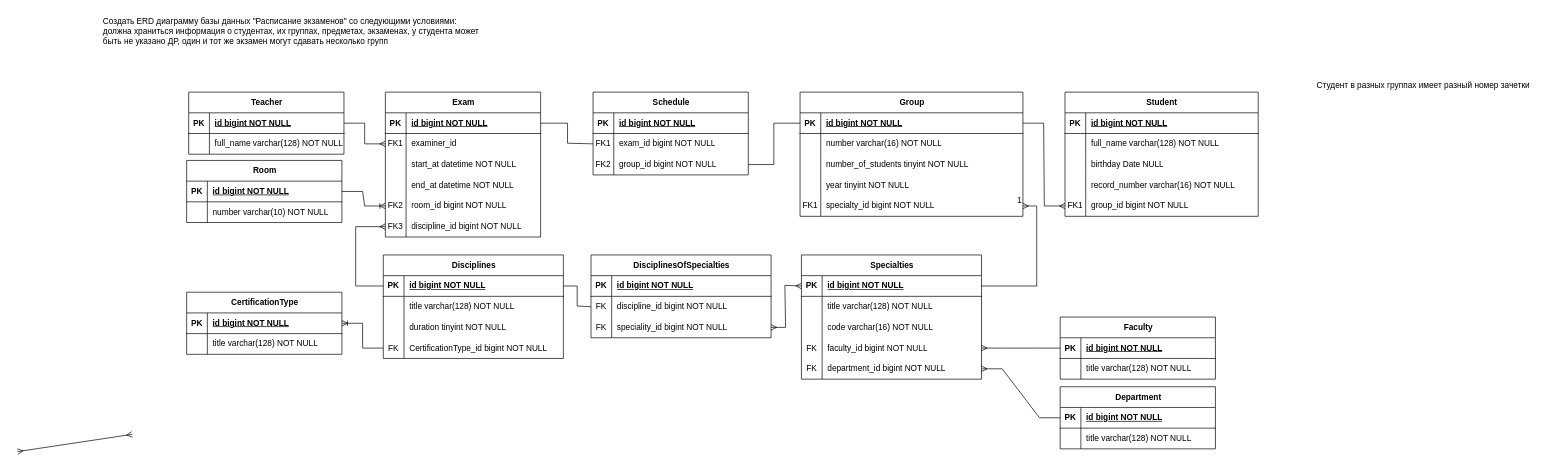
Earlier version of the draw.io diagram диаграммы баз данных/расписание экзаменов/логическая.drawio (DogNellaf/shoe-store). Source tidied: cells renumbered, new cells numbered last; positions are measured from the earlier drawing's top-left corner, leaving out a move shared by most shapes. Both pictures are drawn from the tidied source at 69%, with x=0, y=0 at pixel (17, 12).
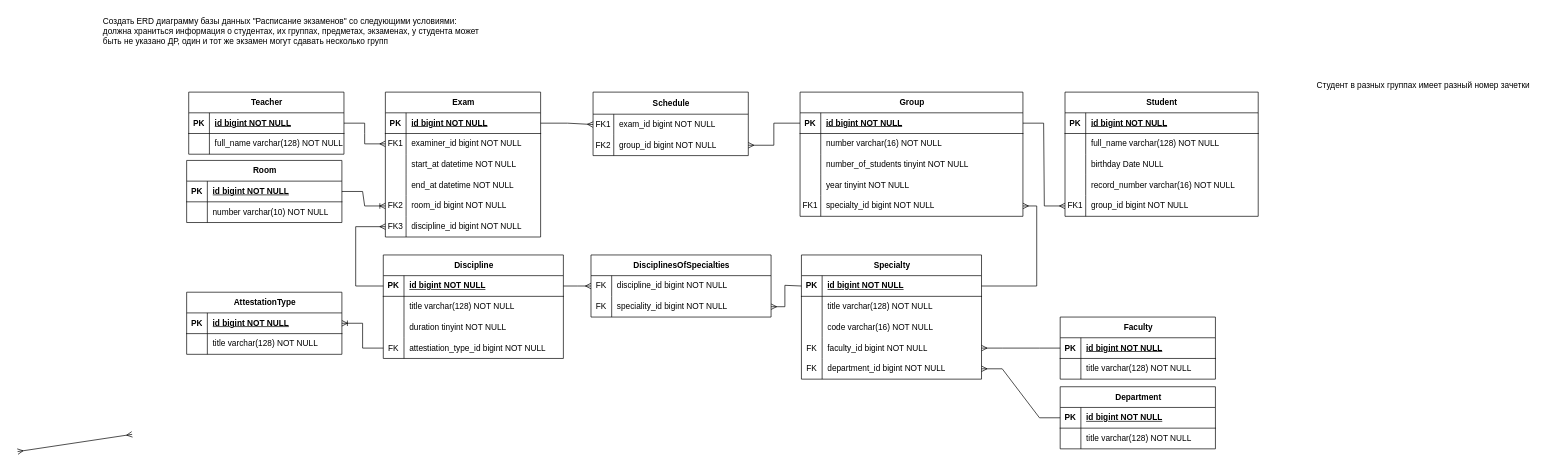
After the change.

The change refers to these unchanged cells:
```xml
<mxCell id="14" style="shape=tableRow;horizontal=0;startSize=0;swimlaneHead=0;swimlaneBody=0;fillColor=none;points=[[0,0.5],[1,0.5]];portConstraint=eastwest;top=0;left=0;right=0;bottom=1;" parent="13" vertex="1">
  <mxGeometry y="30" width="225" height="30" as="geometry" />
</mxCell>
<mxCell id="17" style="shape=tableRow;horizontal=0;startSize=0;swimlaneHead=0;swimlaneBody=0;fillColor=none;points=[[0,0.5],[1,0.5]];portConstraint=eastwest;top=0;left=0;right=0;bottom=0;" parent="13" vertex="1">
  <mxGeometry y="60" width="225" height="30" as="geometry" />
</mxCell>
<mxCell id="94" style="shape=tableRow;horizontal=0;startSize=0;swimlaneHead=0;swimlaneBody=0;fillColor=none;points=[[0,0.5],[1,0.5]];portConstraint=eastwest;top=0;left=0;right=0;bottom=1;" parent="93" vertex="1">
  <mxGeometry y="30" width="323" height="30" as="geometry" />
</mxCell>
<mxCell id="110" style="shape=tableRow;horizontal=0;startSize=0;swimlaneHead=0;swimlaneBody=0;fillColor=none;points=[[0,0.5],[1,0.5]];portConstraint=eastwest;top=0;left=0;right=0;bottom=1;" parent="109" vertex="1">
  <mxGeometry y="30" width="261" height="30" as="geometry" />
</mxCell>
<mxCell id="138" style="shape=tableRow;horizontal=0;startSize=0;swimlaneHead=0;swimlaneBody=0;fillColor=none;points=[[0,0.5],[1,0.5]];portConstraint=eastwest;top=0;left=0;right=0;bottom=1;" parent="137" vertex="1">
  <mxGeometry y="30" width="261" height="30" as="geometry" />
</mxCell>
<mxCell id="147" style="shape=tableRow;horizontal=0;startSize=0;swimlaneHead=0;swimlaneBody=0;fillColor=none;points=[[0,0.5],[1,0.5]];portConstraint=eastwest;top=0;left=0;right=0;bottom=0;" parent="137" vertex="1">
  <mxGeometry y="120" width="261" height="30" as="geometry" />
</mxCell>
<mxCell id="151" style="endArrow=ERmany;html=1;rounded=0;endFill=0;entryX=1;entryY=0.5;entryDx=0;entryDy=0;exitX=1;exitY=0.5;exitDx=0;exitDy=0;" parent="1" edge="1" source="110" target="106">
  <mxGeometry relative="1" as="geometry">
    <Array as="points">
      <mxPoint x="1477" y="397" />
      <mxPoint x="1477" y="281" />
    </Array>
  </mxGeometry>
</mxCell>
```

Change to the diagram source:
```diff
@@
-    <mxCell id="7" style="endArrow=none;html=1;rounded=0;exitX=1;exitY=0.5;exitDx=0;exitDy=0;entryX=0;entryY=0.5;entryDx=0;entryDy=0;" parent="1" edge="1" source="138" target="129">
+    <mxCell id="7" style="endArrow=ERmany;html=1;rounded=0;exitX=1;exitY=0.5;exitDx=0;exitDy=0;entryX=0;entryY=0.5;entryDx=0;entryDy=0;endFill=0;" parent="1" edge="1" source="138" target="129">
       <mxGeometry relative="1" as="geometry">
         <Array as="points">
           <mxPoint x="811" y="397" />
-          <mxPoint x="811" y="426" />
         </Array>
       </mxGeometry>
     </mxCell>
-    <mxCell id="8" style="endArrow=none;html=1;rounded=0;entryX=0;entryY=0.5;entryDx=0;entryDy=0;exitX=1;exitY=0.5;exitDx=0;exitDy=0;" parent="1" edge="1" source="74" target="94">
+    <mxCell id="8" style="endArrow=none;html=1;rounded=0;entryX=0;entryY=0.5;entryDx=0;entryDy=0;exitX=1;exitY=0.5;exitDx=0;exitDy=0;startArrow=ERmany;startFill=0;" parent="1" edge="1" source="74" target="94">
       <mxGeometry relative="1" as="geometry">
         <Array as="points">
-          <mxPoint x="1096" y="221" />
+          <mxPoint x="1096" y="193" />
           <mxPoint x="1096" y="161" />
         </Array>
       </mxGeometry>
     </mxCell>
-    <mxCell id="9" style="endArrow=none;html=1;rounded=0;entryX=1;entryY=0.5;entryDx=0;entryDy=0;exitX=0;exitY=0.5;exitDx=0;exitDy=0;" parent="1" edge="1" source="71" target="14">
+    <mxCell id="9" style="endArrow=none;html=1;rounded=0;entryX=1;entryY=0.5;entryDx=0;entryDy=0;exitX=0;exitY=0.5;exitDx=0;exitDy=0;startArrow=ERmany;startFill=0;" parent="1" edge="1" source="71" target="14">
       <mxGeometry relative="1" as="geometry">
         <Array as="points">
-          <mxPoint x="797" y="190" />
           <mxPoint x="797" y="161" />
         </Array>
       </mxGeometry>
     </mxCell>
@@
-    <mxCell id="19" value="examiner_id" style="shape=partialRectangle;fillColor=none;top=0;left=0;bottom=0;right=0;align=left;spacingLeft=6;overflow=hidden;whiteSpace=wrap;html=1;" parent="17" vertex="1">
+    <mxCell id="19" value="examiner_id&amp;nbsp;&lt;span style=&quot;text-align: center;&quot;&gt;bigint NOT NULL&lt;/span&gt;" style="shape=partialRectangle;fillColor=none;top=0;left=0;bottom=0;right=0;align=left;spacingLeft=6;overflow=hidden;whiteSpace=wrap;html=1;" parent="17" vertex="1">
       <mxGeometry x="30" width="195" height="30" as="geometry" />
     </mxCell>
@@
-    <mxCell id="46" value="CertificationType" style="shape=table;startSize=30;childLayout=tableLayout;rowLines=0;fontStyle=1;align=center;html=1;" parent="1" vertex="1">
+    <mxCell id="46" value="AttestationType" style="shape=table;startSize=30;childLayout=tableLayout;rowLines=0;fontStyle=1;align=center;html=1;" parent="1" vertex="1">
       <mxGeometry x="245" y="406" width="225" height="90" as="geometry" />
     </mxCell>
@@
-    <mxCell id="67" value="Schedule" style="shape=table;startSize=30;childLayout=tableLayout;rowLines=0;fontStyle=1;align=center;html=1;" parent="1" vertex="1">
-      <mxGeometry x="834" y="116" width="225" height="120" as="geometry" />
+    <mxCell id="67" value="Schedule" style="shape=table;startSize=32;childLayout=tableLayout;rowLines=0;fontStyle=1;align=center;html=1;" parent="1" vertex="1">
+      <mxGeometry x="834" y="116" width="225" height="92" as="geometry" />
     </mxCell>
-    <mxCell id="68" style="shape=tableRow;horizontal=0;startSize=0;swimlaneHead=0;swimlaneBody=0;fillColor=none;top=0;left=0;right=0;bottom=1;" parent="67" vertex="1">
-      <mxGeometry y="30" width="225" height="30" as="geometry" />
-    </mxCell>
-    <mxCell id="69" value="PK" style="shape=partialRectangle;fillColor=none;top=0;left=0;bottom=0;right=0;fontStyle=1;overflow=hidden;whiteSpace=wrap;html=1;" parent="68" vertex="1">
-      <mxGeometry width="30" height="30" as="geometry" />
-    </mxCell>
-    <mxCell id="70" value="id bigint NOT NULL" style="shape=partialRectangle;fillColor=none;top=0;left=0;bottom=0;right=0;align=left;spacingLeft=6;fontStyle=5;overflow=hidden;whiteSpace=wrap;html=1;" parent="68" vertex="1">
-      <mxGeometry x="30" width="195" height="30" as="geometry" />
-    </mxCell>
     <mxCell id="71" style="shape=tableRow;horizontal=0;startSize=0;swimlaneHead=0;swimlaneBody=0;fillColor=none;points=[[0,0.5],[1,0.5]];portConstraint=eastwest;top=0;left=0;right=0;bottom=0;" parent="67" vertex="1">
-      <mxGeometry y="60" width="225" height="30" as="geometry" />
+      <mxGeometry y="32" width="225" height="30" as="geometry" />
     </mxCell>
@@
     <mxCell id="74" style="shape=tableRow;horizontal=0;startSize=0;swimlaneHead=0;swimlaneBody=0;fillColor=none;points=[[0,0.5],[1,0.5]];portConstraint=eastwest;top=0;left=0;right=0;bottom=0;" parent="67" vertex="1">
-      <mxGeometry y="90" width="225" height="30" as="geometry" />
+      <mxGeometry y="62" width="225" height="30" as="geometry" />
     </mxCell>
@@
-    <mxCell id="109" value="Specialties" style="shape=table;startSize=30;childLayout=tableLayout;rowLines=0;fontStyle=1;align=center;html=1;" parent="1" vertex="1">
+    <mxCell id="109" value="Specialty" style="shape=table;startSize=30;childLayout=tableLayout;rowLines=0;fontStyle=1;align=center;html=1;" parent="1" vertex="1">
       <mxGeometry x="1136" y="352" width="261" height="180" as="geometry" />
     </mxCell>
@@
     <mxCell id="125" value="DisciplinesOfSpecialties" style="shape=table;startSize=30;childLayout=tableLayout;rowLines=0;fontStyle=1;align=center;html=1;" parent="1" vertex="1">
-      <mxGeometry x="831" y="352" width="261" height="120" as="geometry" />
+      <mxGeometry x="831" y="352" width="261" height="90" as="geometry" />
     </mxCell>
-    <mxCell id="126" style="shape=tableRow;horizontal=0;startSize=0;swimlaneHead=0;swimlaneBody=0;fillColor=none;top=0;left=0;right=0;bottom=1;" parent="125" vertex="1">
-      <mxGeometry y="30" width="261" height="30" as="geometry" />
-    </mxCell>
-    <mxCell id="127" value="PK" style="shape=partialRectangle;fillColor=none;top=0;left=0;bottom=0;right=0;fontStyle=1;overflow=hidden;whiteSpace=wrap;html=1;" parent="126" vertex="1">
-      <mxGeometry width="30" height="30" as="geometry" />
-    </mxCell>
-    <mxCell id="128" value="id bigint NOT NULL" style="shape=partialRectangle;fillColor=none;top=0;left=0;bottom=0;right=0;align=left;spacingLeft=6;fontStyle=5;overflow=hidden;whiteSpace=wrap;html=1;" parent="126" vertex="1">
-      <mxGeometry x="30" width="231" height="30" as="geometry" />
-    </mxCell>
     <mxCell id="129" style="shape=tableRow;horizontal=0;startSize=0;swimlaneHead=0;swimlaneBody=0;fillColor=none;points=[[0,0.5],[1,0.5]];portConstraint=eastwest;top=0;left=0;right=0;bottom=0;" parent="125" vertex="1">
-      <mxGeometry y="60" width="261" height="30" as="geometry" />
+      <mxGeometry y="30" width="261" height="30" as="geometry" />
     </mxCell>
@@
     <mxCell id="132" style="shape=tableRow;horizontal=0;startSize=0;swimlaneHead=0;swimlaneBody=0;fillColor=none;points=[[0,0.5],[1,0.5]];portConstraint=eastwest;top=0;left=0;right=0;bottom=0;" parent="125" vertex="1">
-      <mxGeometry y="90" width="261" height="30" as="geometry" />
+      <mxGeometry y="60" width="261" height="30" as="geometry" />
     </mxCell>
@@
-    <mxCell id="136" style="endArrow=ERmany;html=1;rounded=0;startArrow=ERmany;startFill=0;endFill=0;entryX=0;entryY=0.5;entryDx=0;entryDy=0;exitX=1;exitY=0.5;exitDx=0;exitDy=0;" parent="1" edge="1" source="132" target="110">
+    <mxCell id="136" style="endArrow=none;html=1;rounded=0;startArrow=ERmany;startFill=0;endFill=0;entryX=0;entryY=0.5;entryDx=0;entryDy=0;exitX=1;exitY=0.5;exitDx=0;exitDy=0;" parent="1" edge="1" source="132" target="110">
       <mxGeometry relative="1" as="geometry">
         <Array as="points">
-          <mxPoint x="1113" y="457" />
+          <mxPoint x="1112" y="427" />
           <mxPoint x="1112" y="396" />
         </Array>
       </mxGeometry>
     </mxCell>
-    <mxCell id="137" value="Disciplines" style="shape=table;startSize=30;childLayout=tableLayout;rowLines=0;fontStyle=1;align=center;html=1;" parent="1" vertex="1">
+    <mxCell id="137" value="Discipline" style="shape=table;startSize=30;childLayout=tableLayout;rowLines=0;fontStyle=1;align=center;html=1;" parent="1" vertex="1">
       <mxGeometry x="530" y="352" width="261" height="150" as="geometry" />
     </mxCell>
@@
-    <mxCell id="149" value="&lt;span style=&quot;text-align: center; text-wrap: nowrap;&quot;&gt;CertificationType_id bigint NOT NULL&lt;/span&gt;" style="shape=partialRectangle;fillColor=none;top=0;left=0;bottom=0;right=0;align=left;spacingLeft=6;overflow=hidden;whiteSpace=wrap;html=1;" parent="147" vertex="1">
+    <mxCell id="149" value="&lt;span style=&quot;text-align: center; text-wrap: nowrap;&quot;&gt;attestiation_type_id bigint NOT NULL&lt;/span&gt;" style="shape=partialRectangle;fillColor=none;top=0;left=0;bottom=0;right=0;align=left;spacingLeft=6;overflow=hidden;whiteSpace=wrap;html=1;" parent="147" vertex="1">
       <mxGeometry x="30" width="231" height="30" as="geometry" />
     </mxCell>
@@
-    <mxCell id="152" value="1" style="html=1;whiteSpace=wrap;align=right;verticalAlign=bottom;" parent="151" vertex="1">
-      <mxGeometry x="1" relative="1" as="geometry" />
-    </mxCell>
```
